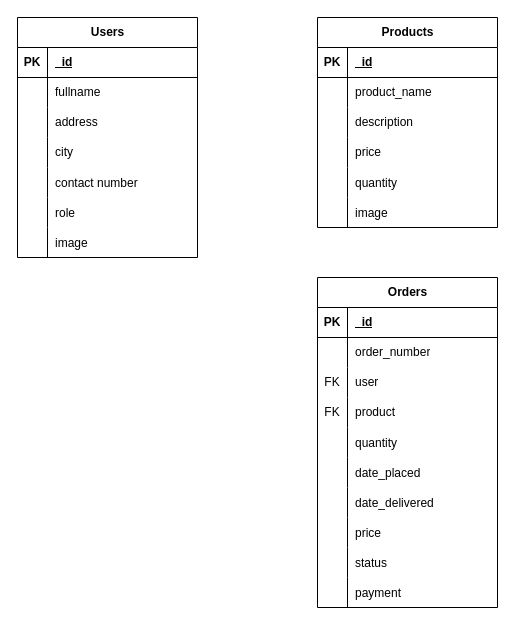
This is E-Com ERD.drawio from Jay200123/RTK-Backend, a draw.io file, before an edit. Source tidied: cells renumbered, new cells numbered last; positions are measured from the earlier drawing's top-left corner, leaving out a move shared by most shapes. Both pictures are drawn from the tidied source at 100%, with x=0, y=0 at pixel (17, 17).
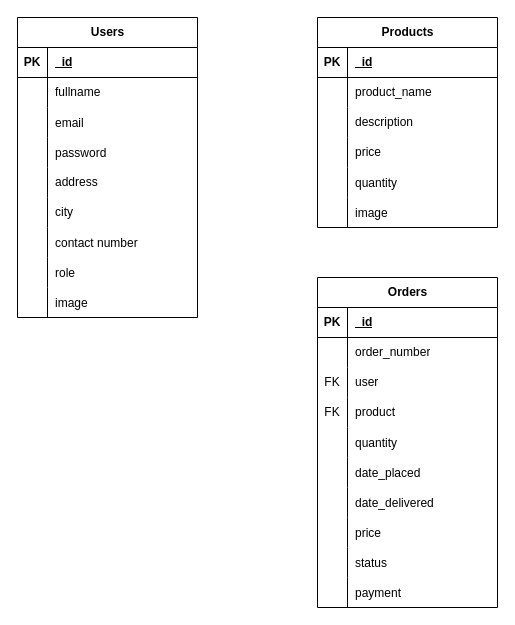
After the change.

Commit message:
update ERD diagram to include email and password fields for Users

The edit, as a diff of the source:
```diff
@@
     <mxCell id="2" value="Users" style="shape=table;startSize=30;childLayout=tableLayout;rowLines=0;fontStyle=1;align=center;html=1;" parent="1" vertex="1">
-      <mxGeometry width="180" height="240" as="geometry" />
+      <mxGeometry width="180" height="300" as="geometry" />
     </mxCell>
@@
+    <mxCell id="74" style="shape=tableRow;horizontal=0;startSize=0;swimlaneHead=0;swimlaneBody=0;fillColor=none;top=0;left=0;right=0;bottom=0;" parent="2" vertex="1">
+      <mxGeometry y="90" width="180" height="30" as="geometry" />
+    </mxCell>
+    <mxCell id="75" style="shape=partialRectangle;fillColor=none;top=0;left=0;bottom=0;right=0;overflow=hidden;" parent="74" vertex="1">
+      <mxGeometry width="30" height="30" as="geometry" />
+    </mxCell>
+    <mxCell id="76" value="email" style="shape=partialRectangle;fillColor=none;top=0;left=0;bottom=0;right=0;align=left;spacingLeft=6;overflow=hidden;" parent="74" vertex="1">
+      <mxGeometry x="30" width="150" height="30" as="geometry" />
+    </mxCell>
+    <mxCell id="77" style="shape=tableRow;horizontal=0;startSize=0;swimlaneHead=0;swimlaneBody=0;fillColor=none;top=0;left=0;right=0;bottom=0;" parent="2" vertex="1">
+      <mxGeometry y="120" width="180" height="30" as="geometry" />
+    </mxCell>
+    <mxCell id="78" style="shape=partialRectangle;fillColor=none;top=0;left=0;bottom=0;right=0;overflow=hidden;" parent="77" vertex="1">
+      <mxGeometry width="30" height="30" as="geometry" />
+    </mxCell>
+    <mxCell id="79" value="password" style="shape=partialRectangle;fillColor=none;top=0;left=0;bottom=0;right=0;align=left;spacingLeft=6;overflow=hidden;" parent="77" vertex="1">
+      <mxGeometry x="30" width="150" height="30" as="geometry" />
+    </mxCell>
     <mxCell id="9" style="shape=tableRow;horizontal=0;startSize=0;swimlaneHead=0;swimlaneBody=0;fillColor=none;top=0;left=0;right=0;bottom=0;" parent="2" vertex="1">
-      <mxGeometry y="90" width="180" height="30" as="geometry" />
+      <mxGeometry y="150" width="180" height="30" as="geometry" />
     </mxCell>
@@
     <mxCell id="12" style="shape=tableRow;horizontal=0;startSize=0;swimlaneHead=0;swimlaneBody=0;fillColor=none;top=0;left=0;right=0;bottom=0;" parent="2" vertex="1">
-      <mxGeometry y="120" width="180" height="30" as="geometry" />
+      <mxGeometry y="180" width="180" height="30" as="geometry" />
     </mxCell>
@@
     <mxCell id="15" style="shape=tableRow;horizontal=0;startSize=0;swimlaneHead=0;swimlaneBody=0;fillColor=none;top=0;left=0;right=0;bottom=0;" parent="2" vertex="1">
-      <mxGeometry y="150" width="180" height="30" as="geometry" />
+      <mxGeometry y="210" width="180" height="30" as="geometry" />
     </mxCell>
@@
     <mxCell id="18" style="shape=tableRow;horizontal=0;startSize=0;swimlaneHead=0;swimlaneBody=0;fillColor=none;top=0;left=0;right=0;bottom=0;" parent="2" vertex="1">
-      <mxGeometry y="180" width="180" height="30" as="geometry" />
+      <mxGeometry y="240" width="180" height="30" as="geometry" />
     </mxCell>
@@
     <mxCell id="21" style="shape=tableRow;horizontal=0;startSize=0;swimlaneHead=0;swimlaneBody=0;fillColor=none;top=0;left=0;right=0;bottom=0;" parent="2" vertex="1">
-      <mxGeometry y="210" width="180" height="30" as="geometry" />
+      <mxGeometry y="270" width="180" height="30" as="geometry" />
     </mxCell>
```
